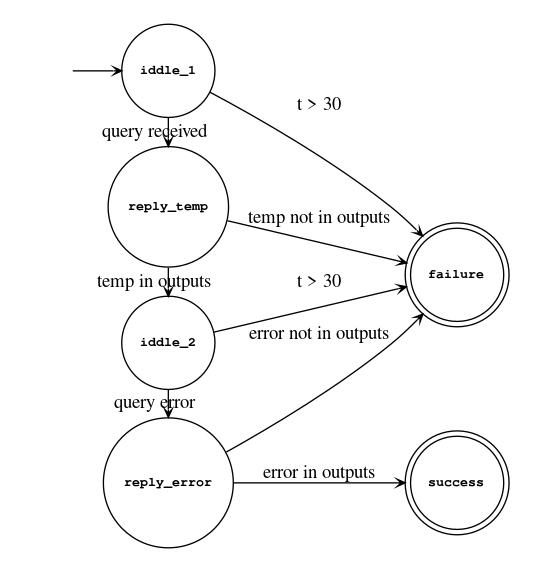
The Graphviz diagram img/ta_serial_equipment.png in T4g1/thesis, before a commit. Its source is kept beside it as ta_serial_equipment.dot.
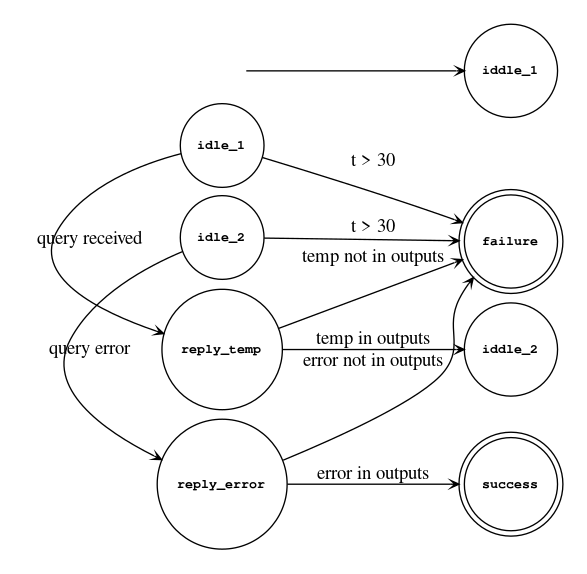
The same diagram one commit later.

The edit, as a diff of the source:
```diff
@@ -8,13 +8,13 @@
     node [shape = circle];
     S [ label = "", style = invis ];
     S -> "iddle_1" [ label = "" ];
-    "iddle_1" -> "reply_temp" [ label = "query received" ];
-    "iddle_1" -> "failure" [ label = "t > 30" ];
+    "idle_1" -> "reply_temp" [ label = "query received" ];
+    "idle_1" -> "failure" [ label = "t > 30" ];
     "reply_temp" -> "iddle_2" [ label = "temp in outputs" ];
     "reply_temp" -> "failure" [ label = "temp not in outputs" ];
-    "iddle_2" -> "reply_error" [ label = "query error" ];
-    "iddle_2" -> "failure" [ label = "t > 30" ];
+    "idle_2" -> "reply_error" [ label = "query error" ];
+    "idle_2" -> "failure" [ label = "t > 30" ];
     "reply_error" -> "success" [ label = "error in outputs" ];
     "reply_error" -> "failure" [ label = "error not in outputs" ];
-    { rank=same; "iddle_1"; "reply_temp"; "iddle_2"; "reply_error" };
+    { rank=same; "idle_1"; "reply_temp"; "idle_2"; "reply_error" };
 }
```
